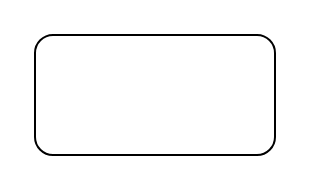
Above: Untitled Diagram.drawio in ChanYoungHan/EX.Materials (draw.io), before the change. Source tidied: cells renumbered, new cells numbered last; positions are measured from the earlier drawing's top-left corner, leaving out a move shared by most shapes. Both pictures are drawn from the tidied source at 200%, with x=0, y=0 at pixel (34, 34).
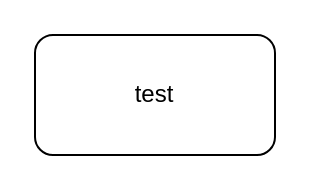
The same page after the edit.

What changed in the source:
```diff
@@
 <mxGraphModel>
   <root>
     <mxCell id="0" />
     <mxCell id="1" parent="0" />
-    <mxCell id="2" style="rounded=1;whiteSpace=wrap;html=1;" parent="1" vertex="1">
+    <mxCell id="2" value="test" style="rounded=1;whiteSpace=wrap;html=1;" parent="1" vertex="1">
       <mxGeometry width="120" height="60" as="geometry" />
     </mxCell>
   </root>
 </mxGraphModel>
```
